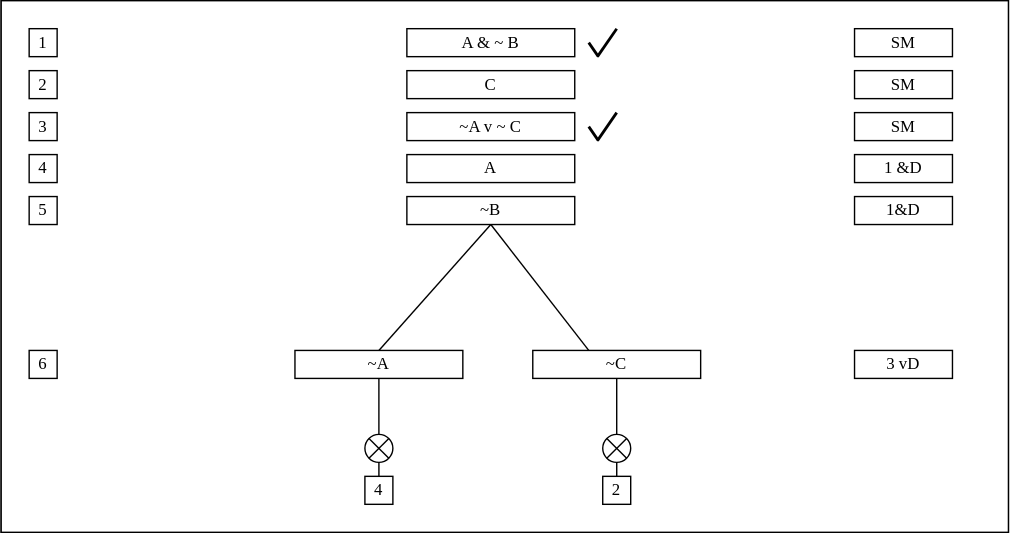
Before: basic-closed-tree.svg, a diagram exported from draw.io (thomasabishop/logic-diagrams). Source tidied: cells renumbered, new cells last; positions are measured from the earlier drawing's top-left corner, leaving out a move shared by most shapes.
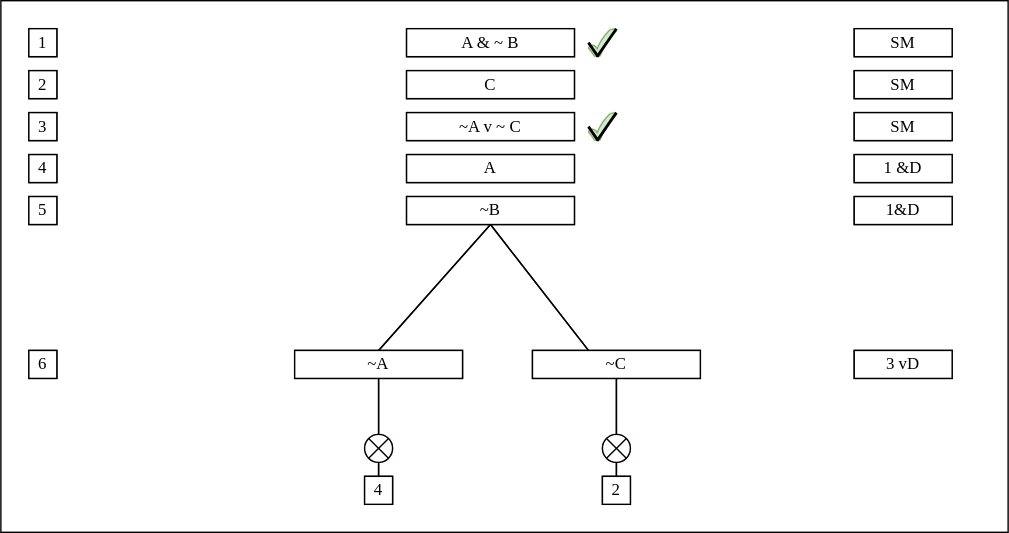
The same file after the commit.

Diff of the diagram source:
```diff
@@ -109,9 +109,6 @@
     <mxCell id="33" value="2" style="rounded=0;whiteSpace=wrap;html=1;fontFamily=Lucida Console;fontStyle=0;" parent="1" vertex="1">
       <mxGeometry x="430" y="340" width="20" height="20" as="geometry" />
     </mxCell>
-    <mxCell id="34" style="rounded=0;whiteSpace=wrap;html=1;align=left;fontStyle=0;" parent="1" vertex="1">
-      <mxGeometry width="720" height="380" as="geometry" />
-    </mxCell>
     <mxCell id="35" style="endArrow=none;html=1;rounded=0;fontFamily=Lucida Console;fontStyle=0;" parent="1" edge="1">
       <mxGeometry relative="1" as="geometry">
         <mxPoint x="270" y="250" as="sourcePoint" />
```
